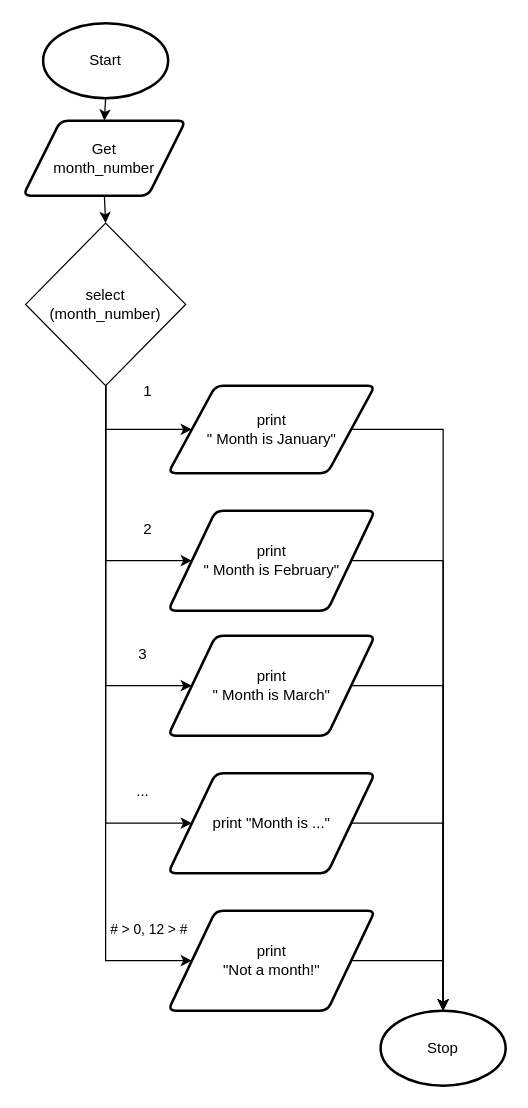
Above: drawio/flowchart/flowchart.drawio in Aidan-Lalonde-Novales/ICS3U-Unit3-05-Python (draw.io), before the change. Source tidied: cells renumbered, new cells numbered last; positions are measured from the earlier drawing's top-left corner, leaving out a move shared by most shapes. Both pictures are drawn from the tidied source at 125%, with x=0, y=0 at pixel (22, 22).
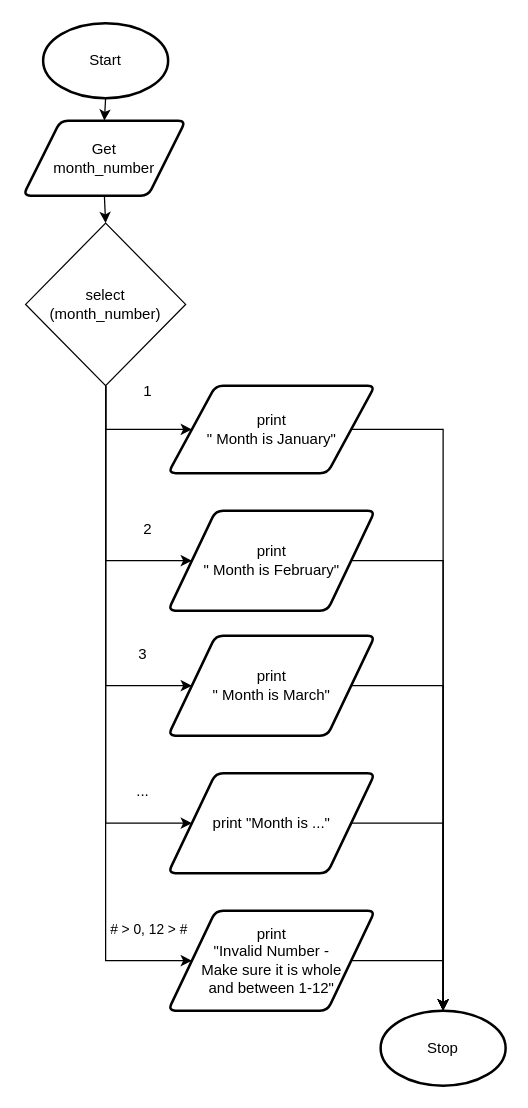
Above is the later version.

What changed in the source:
```diff
@@
-    <mxCell id="27" value="print&lt;br&gt;&quot;Not a month!&quot;" style="shape=parallelogram;html=1;strokeWidth=2;perimeter=parallelogramPerimeter;whiteSpace=wrap;rounded=1;arcSize=12;size=0.23;" parent="1" vertex="1">
+    <mxCell id="27" value="print&lt;br&gt;&quot;Invalid Number - &lt;br&gt;Make sure it is whole &lt;br&gt;and between 1-12&quot;" style="shape=parallelogram;html=1;strokeWidth=2;perimeter=parallelogramPerimeter;whiteSpace=wrap;rounded=1;arcSize=12;size=0.23;" parent="1" vertex="1">
       <mxGeometry x="116" y="710" width="165.5" height="80" as="geometry" />
     </mxCell>
```
